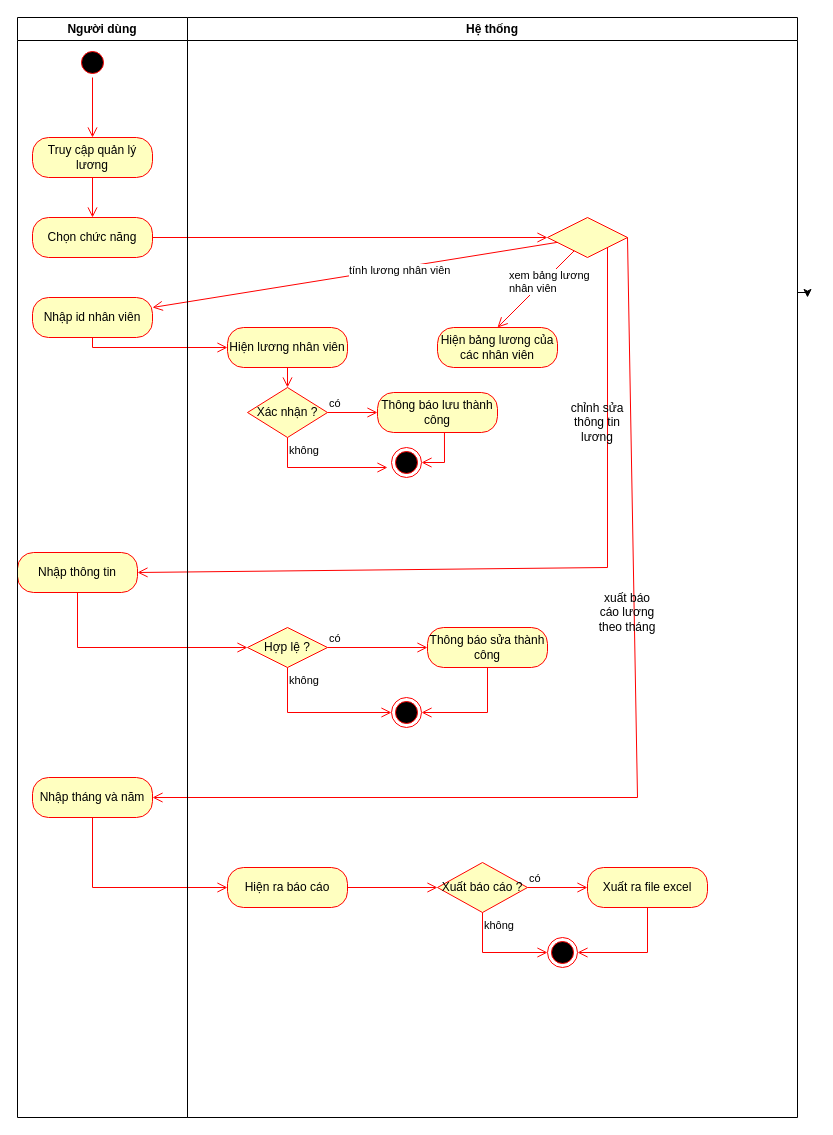
Before: QuanLyLuong_ACD.drawio in hoangda24312/Group4-DesigningSystem, a draw.io diagram. Source tidied: cells renumbered, new cells numbered last; positions are measured from the earlier drawing's top-left corner, leaving out a move shared by most shapes. Both pictures are drawn from the tidied source at 100%, with x=0, y=0 at pixel (17, 17).
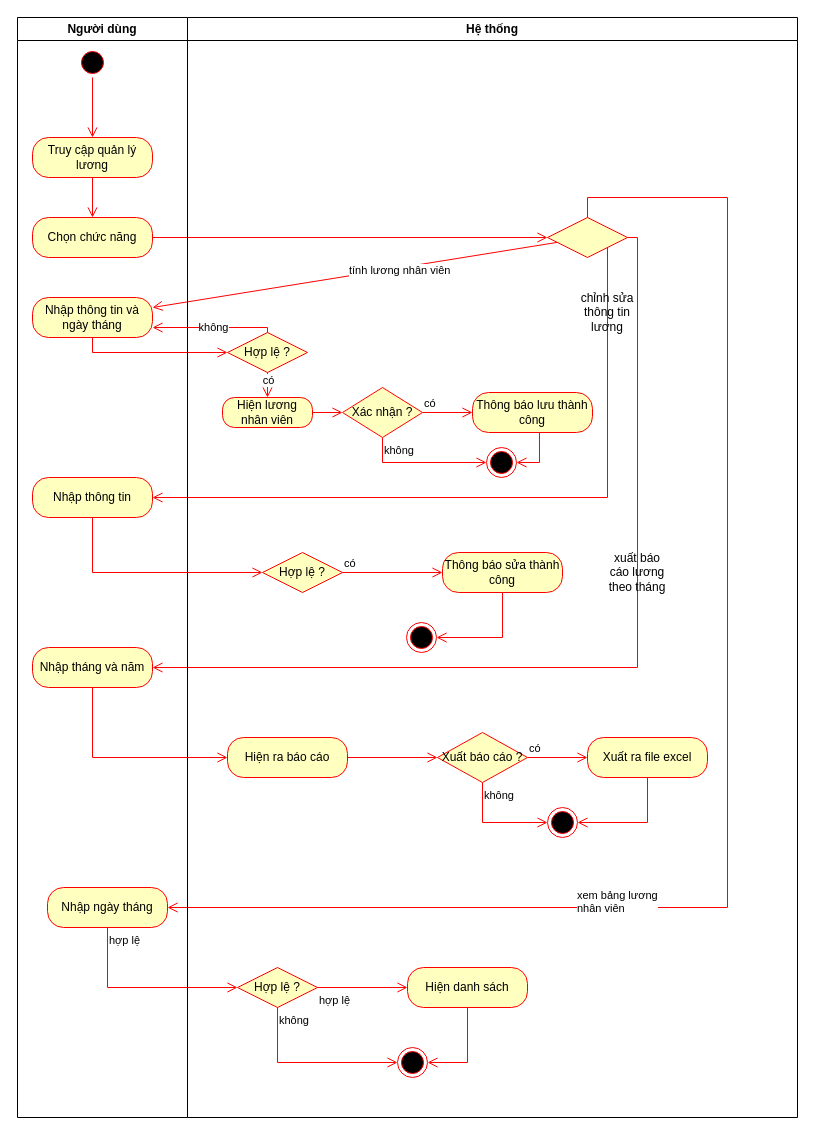
After the change.

Unchanged cells that the change refers to:
```xml
<mxCell id="7" style="rhombus;whiteSpace=wrap;html=1;fontColor=#000000;fillColor=#ffffc0;strokeColor=#ff0000;" parent="1" vertex="1">
  <mxGeometry x="530" y="200" width="80" height="40" as="geometry" />
</mxCell>
```

Diff of the diagram source:
```diff
@@
-    <mxCell id="8" value="xem bảng lương&lt;div&gt;nhân viên&lt;/div&gt;" style="html=1;align=left;verticalAlign=bottom;endArrow=open;endSize=8;strokeColor=#ff0000;rounded=0;entryX=0.5;entryY=0;entryDx=0;entryDy=0;" parent="1" edge="1" source="7" target="21">
-      <mxGeometry x="0.48" y="-14" relative="1" as="geometry" />
+    <mxCell id="8" value="xem bảng lương&lt;div&gt;nhân viên&lt;/div&gt;" style="html=1;align=left;verticalAlign=bottom;endArrow=open;endSize=8;strokeColor=#ff0000;rounded=0;entryX=1;entryY=0.5;entryDx=0;entryDy=0;edgeStyle=orthogonalEdgeStyle;" parent="1" edge="1" source="7" target="21">
+      <mxGeometry x="0.43" y="10" relative="1" as="geometry">
+        <Array as="points">
+          <mxPoint x="570" y="180" />
+          <mxPoint x="710" y="180" />
+          <mxPoint x="710" y="890" />
+        </Array>
+      </mxGeometry>
     </mxCell>
@@
-    <mxCell id="11" value="Nhập id nhân viên" style="rounded=1;whiteSpace=wrap;html=1;arcSize=40;fontColor=#000000;fillColor=#ffffc0;strokeColor=#ff0000;" parent="1" vertex="1">
+    <mxCell id="11" value="Nhập thông tin và ngày tháng" style="rounded=1;whiteSpace=wrap;html=1;arcSize=40;fontColor=#000000;fillColor=#ffffc0;strokeColor=#ff0000;" parent="1" vertex="1">
       <mxGeometry x="15" y="280" width="120" height="40" as="geometry" />
     </mxCell>
-    <mxCell id="12" value="Hiện lương nhân viên" style="rounded=1;whiteSpace=wrap;html=1;arcSize=40;fontColor=#000000;fillColor=#ffffc0;strokeColor=#ff0000;" parent="1" vertex="1">
-      <mxGeometry x="210" y="310" width="120" height="40" as="geometry" />
-    </mxCell>
-    <mxCell id="13" style="html=1;verticalAlign=bottom;endArrow=open;endSize=8;strokeColor=#ff0000;rounded=0;entryX=0;entryY=0.5;entryDx=0;entryDy=0;exitX=0.5;exitY=1;exitDx=0;exitDy=0;edgeStyle=orthogonalEdgeStyle;" parent="1" edge="1" source="11" target="12">
+    <mxCell id="13" style="html=1;verticalAlign=bottom;endArrow=open;endSize=8;strokeColor=#ff0000;rounded=0;entryX=0;entryY=0.5;entryDx=0;entryDy=0;exitX=0.5;exitY=1;exitDx=0;exitDy=0;edgeStyle=orthogonalEdgeStyle;" parent="1" edge="1" source="11" target="52">
       <mxGeometry relative="1" as="geometry" />
     </mxCell>
-    <mxCell id="14" value="Xác nhận ?" style="rhombus;whiteSpace=wrap;html=1;fontColor=#000000;fillColor=#ffffc0;strokeColor=#ff0000;" parent="1" vertex="1">
-      <mxGeometry x="230" y="370" width="80" height="50" as="geometry" />
-    </mxCell>
-    <mxCell id="15" value="có" style="html=1;align=left;verticalAlign=bottom;endArrow=open;endSize=8;strokeColor=#ff0000;rounded=0;entryX=0;entryY=0.5;entryDx=0;entryDy=0;" parent="1" edge="1" source="14" target="18">
-      <mxGeometry x="-1" relative="1" as="geometry" />
-    </mxCell>
-    <mxCell id="16" value="không" style="html=1;align=left;verticalAlign=top;endArrow=open;endSize=8;strokeColor=#ff0000;rounded=0;" parent="1" edge="1" source="14">
-      <mxGeometry x="-1" relative="1" as="geometry">
-        <mxPoint x="370" y="450" as="targetPoint" />
-        <Array as="points">
-          <mxPoint x="270" y="450" />
-        </Array>
-      </mxGeometry>
-    </mxCell>
-    <mxCell id="17" style="html=1;verticalAlign=bottom;endArrow=open;endSize=8;strokeColor=#ff0000;rounded=0;entryX=0.5;entryY=0;entryDx=0;entryDy=0;exitX=0.5;exitY=1;exitDx=0;exitDy=0;" parent="1" edge="1" source="12" target="14">
-      <mxGeometry relative="1" as="geometry" />
-    </mxCell>
-    <mxCell id="18" value="Thông báo lưu thành công" style="rounded=1;whiteSpace=wrap;html=1;arcSize=40;fontColor=#000000;fillColor=#ffffc0;strokeColor=#ff0000;" parent="1" vertex="1">
-      <mxGeometry x="360" y="375" width="120" height="40" as="geometry" />
-    </mxCell>
-    <mxCell id="19" style="ellipse;html=1;shape=endState;fillColor=#000000;strokeColor=#ff0000;" parent="1" vertex="1">
-      <mxGeometry x="374" y="430" width="30" height="30" as="geometry" />
-    </mxCell>
-    <mxCell id="20" style="html=1;verticalAlign=bottom;endArrow=open;endSize=8;strokeColor=#ff0000;rounded=0;entryX=1;entryY=0.5;entryDx=0;entryDy=0;exitX=0.558;exitY=1;exitDx=0;exitDy=0;exitPerimeter=0;edgeStyle=orthogonalEdgeStyle;" parent="1" edge="1" source="18" target="19">
-      <mxGeometry relative="1" as="geometry" />
-    </mxCell>
+    <mxCell id="23" style="html=1;verticalAlign=bottom;endArrow=open;endSize=8;strokeColor=#ff0000;rounded=0;entryX=1;entryY=0.5;entryDx=0;entryDy=0;exitX=1;exitY=1;exitDx=0;exitDy=0;edgeStyle=orthogonalEdgeStyle;" parent="1" edge="1" source="7" target="22">
+      <mxGeometry relative="1" as="geometry">
+        <Array as="points">
+          <mxPoint x="590" y="480" />
+        </Array>
+      </mxGeometry>
+    </mxCell>
+    <mxCell id="33" style="html=1;verticalAlign=bottom;endArrow=open;endSize=8;strokeColor=#ff0000;rounded=0;entryX=1;entryY=0.5;entryDx=0;entryDy=0;exitX=1;exitY=0.5;exitDx=0;exitDy=0;edgeStyle=orthogonalEdgeStyle;" parent="1" edge="1" source="7" target="32">
+      <mxGeometry relative="1" as="geometry" />
+    </mxCell>
+    <mxCell id="44" value="Người dùng" style="swimlane;whiteSpace=wrap;html=1;" parent="1" vertex="1">
+      <mxGeometry width="170" height="1100" as="geometry" />
+    </mxCell>
-    <mxCell id="21" value="Hiện bảng lương của các nhân viên" style="rounded=1;whiteSpace=wrap;html=1;arcSize=40;fontColor=#000000;fillColor=#ffffc0;strokeColor=#ff0000;" parent="1" vertex="1">
-      <mxGeometry x="420" y="310" width="120" height="40" as="geometry" />
+    <mxCell id="21" value="Nhập ngày tháng" style="rounded=1;whiteSpace=wrap;html=1;arcSize=40;fontColor=#000000;fillColor=#ffffc0;strokeColor=#ff0000;" parent="44" vertex="1">
+      <mxGeometry x="30" y="870" width="120" height="40" as="geometry" />
     </mxCell>
+    <mxCell id="46" value="Hệ thống" style="swimlane;whiteSpace=wrap;html=1;" parent="1" vertex="1">
+      <mxGeometry x="170" width="610" height="1100" as="geometry" />
+    </mxCell>
-    <mxCell id="22" value="Nhập thông tin" style="rounded=1;whiteSpace=wrap;html=1;arcSize=40;fontColor=#000000;fillColor=#ffffc0;strokeColor=#ff0000;" parent="1" vertex="1">
-      <mxGeometry y="535" width="120" height="40" as="geometry" />
+    <mxCell id="22" value="Nhập thông tin" style="rounded=1;whiteSpace=wrap;html=1;arcSize=40;fontColor=#000000;fillColor=#ffffc0;strokeColor=#ff0000;" parent="46" vertex="1">
+      <mxGeometry x="-155" y="460" width="120" height="40" as="geometry" />
     </mxCell>
-    <mxCell id="23" style="html=1;verticalAlign=bottom;endArrow=open;endSize=8;strokeColor=#ff0000;rounded=0;entryX=1;entryY=0.5;entryDx=0;entryDy=0;exitX=1;exitY=1;exitDx=0;exitDy=0;" parent="1" edge="1" source="7" target="22">
-      <mxGeometry relative="1" as="geometry">
-        <Array as="points">
-          <mxPoint x="590" y="550" />
-        </Array>
-      </mxGeometry>
-    </mxCell>
-    <mxCell id="24" value="chỉnh sửa thông tin lương" style="text;html=1;whiteSpace=wrap;strokeColor=none;fillColor=none;align=center;verticalAlign=middle;rounded=0;" parent="1" vertex="1">
-      <mxGeometry x="550" y="390" width="60" height="30" as="geometry" />
-    </mxCell>
-    <mxCell id="25" value="Hợp lệ ?" style="rhombus;whiteSpace=wrap;html=1;fontColor=#000000;fillColor=#ffffc0;strokeColor=#ff0000;" parent="1" vertex="1">
-      <mxGeometry x="230" y="610" width="80" height="40" as="geometry" />
+    <mxCell id="25" value="Hợp lệ ?" style="rhombus;whiteSpace=wrap;html=1;fontColor=#000000;fillColor=#ffffc0;strokeColor=#ff0000;" parent="46" vertex="1">
+      <mxGeometry x="75" y="535" width="80" height="40" as="geometry" />
     </mxCell>
-    <mxCell id="26" value="có" style="edgeStyle=orthogonalEdgeStyle;html=1;align=left;verticalAlign=bottom;endArrow=open;endSize=8;strokeColor=#ff0000;rounded=0;entryX=0;entryY=0.5;entryDx=0;entryDy=0;" parent="1" edge="1" source="25" target="29">
+    <mxCell id="26" value="có" style="edgeStyle=orthogonalEdgeStyle;html=1;align=left;verticalAlign=bottom;endArrow=open;endSize=8;strokeColor=#ff0000;rounded=0;entryX=0;entryY=0.5;entryDx=0;entryDy=0;" parent="46" edge="1" source="25" target="29">
       <mxGeometry x="-1" relative="1" as="geometry" />
     </mxCell>
-    <mxCell id="27" value="không" style="edgeStyle=orthogonalEdgeStyle;html=1;align=left;verticalAlign=top;endArrow=open;endSize=8;strokeColor=#ff0000;rounded=0;entryX=0;entryY=0.5;entryDx=0;entryDy=0;" parent="1" edge="1" source="25" target="30">
-      <mxGeometry x="-1" relative="1" as="geometry">
-        <Array as="points">
-          <mxPoint x="270" y="695" />
-        </Array>
-      </mxGeometry>
-    </mxCell>
-    <mxCell id="28" style="html=1;verticalAlign=bottom;endArrow=open;endSize=8;strokeColor=#ff0000;rounded=0;entryX=0;entryY=0.5;entryDx=0;entryDy=0;exitX=0.5;exitY=1;exitDx=0;exitDy=0;" parent="1" edge="1" source="22" target="25">
+    <mxCell id="28" style="html=1;verticalAlign=bottom;endArrow=open;endSize=8;strokeColor=#ff0000;rounded=0;entryX=0;entryY=0.5;entryDx=0;entryDy=0;exitX=0.5;exitY=1;exitDx=0;exitDy=0;" parent="46" edge="1" source="22" target="25">
       <mxGeometry relative="1" as="geometry">
         <Array as="points">
-          <mxPoint x="60" y="630" />
+          <mxPoint x="-95" y="555" />
         </Array>
       </mxGeometry>
     </mxCell>
-    <mxCell id="29" value="Thông báo sửa thành công" style="rounded=1;whiteSpace=wrap;html=1;arcSize=40;fontColor=#000000;fillColor=#ffffc0;strokeColor=#ff0000;" parent="1" vertex="1">
-      <mxGeometry x="410" y="610" width="120" height="40" as="geometry" />
+    <mxCell id="29" value="Thông báo sửa thành công" style="rounded=1;whiteSpace=wrap;html=1;arcSize=40;fontColor=#000000;fillColor=#ffffc0;strokeColor=#ff0000;" parent="46" vertex="1">
+      <mxGeometry x="255" y="535" width="120" height="40" as="geometry" />
     </mxCell>
-    <mxCell id="30" style="ellipse;html=1;shape=endState;fillColor=#000000;strokeColor=#ff0000;" parent="1" vertex="1">
-      <mxGeometry x="374" y="680" width="30" height="30" as="geometry" />
+    <mxCell id="30" style="ellipse;html=1;shape=endState;fillColor=#000000;strokeColor=#ff0000;" parent="46" vertex="1">
+      <mxGeometry x="219" y="605" width="30" height="30" as="geometry" />
     </mxCell>
-    <mxCell id="31" style="html=1;verticalAlign=bottom;endArrow=open;endSize=8;strokeColor=#ff0000;rounded=0;exitX=0.5;exitY=1;exitDx=0;exitDy=0;entryX=1;entryY=0.5;entryDx=0;entryDy=0;edgeStyle=orthogonalEdgeStyle;" parent="1" edge="1" source="29" target="30">
+    <mxCell id="31" style="html=1;verticalAlign=bottom;endArrow=open;endSize=8;strokeColor=#ff0000;rounded=0;exitX=0.5;exitY=1;exitDx=0;exitDy=0;entryX=1;entryY=0.5;entryDx=0;entryDy=0;edgeStyle=orthogonalEdgeStyle;" parent="46" edge="1" source="29" target="30">
       <mxGeometry relative="1" as="geometry" />
     </mxCell>
-    <mxCell id="32" value="Nhập tháng và năm" style="rounded=1;whiteSpace=wrap;html=1;arcSize=40;fontColor=#000000;fillColor=#ffffc0;strokeColor=#ff0000;" parent="1" vertex="1">
-      <mxGeometry x="15" y="760" width="120" height="40" as="geometry" />
+    <mxCell id="32" value="Nhập tháng và năm" style="rounded=1;whiteSpace=wrap;html=1;arcSize=40;fontColor=#000000;fillColor=#ffffc0;strokeColor=#ff0000;" parent="46" vertex="1">
+      <mxGeometry x="-155" y="630" width="120" height="40" as="geometry" />
     </mxCell>
-    <mxCell id="33" style="html=1;verticalAlign=bottom;endArrow=open;endSize=8;strokeColor=#ff0000;rounded=0;entryX=1;entryY=0.5;entryDx=0;entryDy=0;exitX=1;exitY=0.5;exitDx=0;exitDy=0;" parent="1" edge="1" source="7" target="32">
-      <mxGeometry relative="1" as="geometry">
-        <Array as="points">
-          <mxPoint x="620" y="780" />
-        </Array>
-      </mxGeometry>
-    </mxCell>
-    <mxCell id="34" value="xuất báo cáo lương theo tháng" style="text;html=1;whiteSpace=wrap;strokeColor=none;fillColor=none;align=center;verticalAlign=middle;rounded=0;" parent="1" vertex="1">
-      <mxGeometry x="580" y="580" width="60" height="30" as="geometry" />
-    </mxCell>
-    <mxCell id="35" value="Hiện ra báo cáo" style="rounded=1;whiteSpace=wrap;html=1;arcSize=40;fontColor=#000000;fillColor=#ffffc0;strokeColor=#ff0000;" parent="1" vertex="1">
-      <mxGeometry x="210" y="850" width="120" height="40" as="geometry" />
+    <mxCell id="35" value="Hiện ra báo cáo" style="rounded=1;whiteSpace=wrap;html=1;arcSize=40;fontColor=#000000;fillColor=#ffffc0;strokeColor=#ff0000;" parent="46" vertex="1">
+      <mxGeometry x="40" y="720" width="120" height="40" as="geometry" />
     </mxCell>
-    <mxCell id="36" style="html=1;verticalAlign=bottom;endArrow=open;endSize=8;strokeColor=#ff0000;rounded=0;entryX=0;entryY=0.5;entryDx=0;entryDy=0;exitX=0.5;exitY=1;exitDx=0;exitDy=0;" parent="1" edge="1" source="32" target="35">
+    <mxCell id="36" style="html=1;verticalAlign=bottom;endArrow=open;endSize=8;strokeColor=#ff0000;rounded=0;entryX=0;entryY=0.5;entryDx=0;entryDy=0;exitX=0.5;exitY=1;exitDx=0;exitDy=0;" parent="46" edge="1" source="32" target="35">
       <mxGeometry relative="1" as="geometry">
         <Array as="points">
-          <mxPoint x="75" y="870" />
+          <mxPoint x="-95" y="740" />
         </Array>
       </mxGeometry>
     </mxCell>
-    <mxCell id="37" value="Xuất báo cáo ?" style="rhombus;whiteSpace=wrap;html=1;fontColor=#000000;fillColor=#ffffc0;strokeColor=#ff0000;" parent="1" vertex="1">
-      <mxGeometry x="420" y="845" width="90" height="50" as="geometry" />
+    <mxCell id="37" value="Xuất báo cáo ?" style="rhombus;whiteSpace=wrap;html=1;fontColor=#000000;fillColor=#ffffc0;strokeColor=#ff0000;" parent="46" vertex="1">
+      <mxGeometry x="250" y="715" width="90" height="50" as="geometry" />
     </mxCell>
-    <mxCell id="38" value="có" style="html=1;align=left;verticalAlign=bottom;endArrow=open;endSize=8;strokeColor=#ff0000;rounded=0;entryX=0;entryY=0.5;entryDx=0;entryDy=0;" parent="1" edge="1" source="37" target="41">
+    <mxCell id="38" value="có" style="html=1;align=left;verticalAlign=bottom;endArrow=open;endSize=8;strokeColor=#ff0000;rounded=0;entryX=0;entryY=0.5;entryDx=0;entryDy=0;" parent="46" edge="1" source="37" target="41">
       <mxGeometry x="-1" relative="1" as="geometry" />
     </mxCell>
-    <mxCell id="39" value="không" style="html=1;align=left;verticalAlign=top;endArrow=open;endSize=8;strokeColor=#ff0000;rounded=0;entryX=0;entryY=0.5;entryDx=0;entryDy=0;edgeStyle=orthogonalEdgeStyle;" parent="1" edge="1" source="37" target="42">
+    <mxCell id="39" value="không" style="html=1;align=left;verticalAlign=top;endArrow=open;endSize=8;strokeColor=#ff0000;rounded=0;entryX=0;entryY=0.5;entryDx=0;entryDy=0;edgeStyle=orthogonalEdgeStyle;" parent="46" edge="1" source="37" target="42">
       <mxGeometry x="-1" relative="1" as="geometry">
         <Array as="points">
-          <mxPoint x="465" y="935" />
+          <mxPoint x="295" y="805" />
         </Array>
       </mxGeometry>
     </mxCell>
-    <mxCell id="40" style="html=1;verticalAlign=bottom;endArrow=open;endSize=8;strokeColor=#ff0000;rounded=0;entryX=0;entryY=0.5;entryDx=0;entryDy=0;exitX=1;exitY=0.5;exitDx=0;exitDy=0;" parent="1" edge="1" source="35" target="37">
+    <mxCell id="40" style="html=1;verticalAlign=bottom;endArrow=open;endSize=8;strokeColor=#ff0000;rounded=0;entryX=0;entryY=0.5;entryDx=0;entryDy=0;exitX=1;exitY=0.5;exitDx=0;exitDy=0;" parent="46" edge="1" source="35" target="37">
       <mxGeometry relative="1" as="geometry" />
     </mxCell>
-    <mxCell id="41" value="Xuất ra file excel" style="rounded=1;whiteSpace=wrap;html=1;arcSize=40;fontColor=#000000;fillColor=#ffffc0;strokeColor=#ff0000;" parent="1" vertex="1">
-      <mxGeometry x="570" y="850" width="120" height="40" as="geometry" />
+    <mxCell id="41" value="Xuất ra file excel" style="rounded=1;whiteSpace=wrap;html=1;arcSize=40;fontColor=#000000;fillColor=#ffffc0;strokeColor=#ff0000;" parent="46" vertex="1">
+      <mxGeometry x="400" y="720" width="120" height="40" as="geometry" />
     </mxCell>
-    <mxCell id="42" style="ellipse;html=1;shape=endState;fillColor=#000000;strokeColor=#ff0000;" parent="1" vertex="1">
-      <mxGeometry x="530" y="920" width="30" height="30" as="geometry" />
+    <mxCell id="42" style="ellipse;html=1;shape=endState;fillColor=#000000;strokeColor=#ff0000;" parent="46" vertex="1">
+      <mxGeometry x="360" y="790" width="30" height="30" as="geometry" />
     </mxCell>
-    <mxCell id="43" style="html=1;verticalAlign=bottom;endArrow=open;endSize=8;strokeColor=#ff0000;rounded=0;exitX=0.5;exitY=1;exitDx=0;exitDy=0;entryX=1;entryY=0.5;entryDx=0;entryDy=0;" parent="1" edge="1" source="41" target="42">
+    <mxCell id="43" style="html=1;verticalAlign=bottom;endArrow=open;endSize=8;strokeColor=#ff0000;rounded=0;exitX=0.5;exitY=1;exitDx=0;exitDy=0;entryX=1;entryY=0.5;entryDx=0;entryDy=0;" parent="46" edge="1" source="41" target="42">
       <mxGeometry relative="1" as="geometry">
         <Array as="points">
-          <mxPoint x="630" y="935" />
+          <mxPoint x="460" y="805" />
         </Array>
       </mxGeometry>
     </mxCell>
-    <mxCell id="44" value="Người dùng" style="swimlane;whiteSpace=wrap;html=1;" parent="1" vertex="1">
-      <mxGeometry width="170" height="1100" as="geometry" />
-    </mxCell>
-    <mxCell id="45" style="edgeStyle=orthogonalEdgeStyle;rounded=0;jettySize=auto;html=1;exitX=1;exitY=0.25;exitDx=0;exitDy=0;" parent="1" edge="1" source="46">
-      <mxGeometry relative="1" as="geometry">
-        <mxPoint x="790" y="280" as="targetPoint" />
-      </mxGeometry>
-    </mxCell>
-    <mxCell id="46" value="Hệ thống" style="swimlane;whiteSpace=wrap;html=1;" parent="1" vertex="1">
-      <mxGeometry x="170" width="610" height="1100" as="geometry" />
-    </mxCell>
+    <mxCell id="34" value="xuất báo cáo lương theo tháng" style="text;html=1;whiteSpace=wrap;strokeColor=none;fillColor=none;align=center;verticalAlign=middle;rounded=0;" parent="46" vertex="1">
+      <mxGeometry x="420" y="540" width="60" height="30" as="geometry" />
+    </mxCell>
+    <mxCell id="47" style="ellipse;html=1;shape=endState;fillColor=#000000;strokeColor=#ff0000;" parent="46" vertex="1">
+      <mxGeometry x="210" y="1030" width="30" height="30" as="geometry" />
+    </mxCell>
+    <mxCell id="48" value="Hiện danh sách" style="rounded=1;whiteSpace=wrap;html=1;arcSize=40;fontColor=#000000;fillColor=#ffffc0;strokeColor=#ff0000;" parent="46" vertex="1">
+      <mxGeometry x="220" y="950" width="120" height="40" as="geometry" />
+    </mxCell>
+    <mxCell id="49" value="Hợp lệ ?" style="rhombus;whiteSpace=wrap;html=1;fontColor=#000000;fillColor=#ffffc0;strokeColor=#ff0000;" parent="46" vertex="1">
+      <mxGeometry x="50" y="950" width="80" height="40" as="geometry" />
+    </mxCell>
+    <mxCell id="27" value="không" style="html=1;align=left;verticalAlign=top;endArrow=open;endSize=8;strokeColor=#ff0000;rounded=0;entryX=0;entryY=0.5;entryDx=0;entryDy=0;exitX=0.5;exitY=1;exitDx=0;exitDy=0;edgeStyle=orthogonalEdgeStyle;" parent="46" edge="1" source="49" target="47">
+      <mxGeometry x="-1" relative="1" as="geometry" />
+    </mxCell>
+    <mxCell id="50" value="hợp lệ" style="html=1;align=left;verticalAlign=top;endArrow=open;endSize=8;strokeColor=#ff0000;rounded=0;entryX=0;entryY=0.5;entryDx=0;entryDy=0;exitX=1;exitY=0.5;exitDx=0;exitDy=0;" parent="46" edge="1" source="49" target="48">
+      <mxGeometry x="-1" relative="1" as="geometry" />
+    </mxCell>
+    <mxCell id="51" style="html=1;align=left;verticalAlign=top;endArrow=open;endSize=8;strokeColor=#ff0000;rounded=0;entryX=1;entryY=0.5;entryDx=0;entryDy=0;exitX=0.5;exitY=1;exitDx=0;exitDy=0;edgeStyle=orthogonalEdgeStyle;" parent="46" edge="1" source="48" target="47">
+      <mxGeometry x="-1" relative="1" as="geometry" />
+    </mxCell>
+    <mxCell id="14" value="Xác nhận ?" style="rhombus;whiteSpace=wrap;html=1;fontColor=#000000;fillColor=#ffffc0;strokeColor=#ff0000;" parent="46" vertex="1">
+      <mxGeometry x="155" y="370" width="80" height="50" as="geometry" />
+    </mxCell>
+    <mxCell id="15" value="có" style="html=1;align=left;verticalAlign=bottom;endArrow=open;endSize=8;strokeColor=#ff0000;rounded=0;entryX=0;entryY=0.5;entryDx=0;entryDy=0;" parent="46" edge="1" source="14" target="18">
+      <mxGeometry x="-1" relative="1" as="geometry" />
+    </mxCell>
+    <mxCell id="16" value="không" style="html=1;align=left;verticalAlign=top;endArrow=open;endSize=8;strokeColor=#ff0000;rounded=0;entryX=0;entryY=0.5;entryDx=0;entryDy=0;edgeStyle=orthogonalEdgeStyle;" parent="46" edge="1" source="14" target="19">
+      <mxGeometry x="-1" relative="1" as="geometry">
+        <Array as="points">
+          <mxPoint x="195" y="445" />
+        </Array>
+      </mxGeometry>
+    </mxCell>
+    <mxCell id="18" value="Thông báo lưu thành công" style="rounded=1;whiteSpace=wrap;html=1;arcSize=40;fontColor=#000000;fillColor=#ffffc0;strokeColor=#ff0000;" parent="46" vertex="1">
+      <mxGeometry x="285" y="375" width="120" height="40" as="geometry" />
+    </mxCell>
+    <mxCell id="19" style="ellipse;html=1;shape=endState;fillColor=#000000;strokeColor=#ff0000;" parent="46" vertex="1">
+      <mxGeometry x="299" y="430" width="30" height="30" as="geometry" />
+    </mxCell>
+    <mxCell id="20" style="html=1;verticalAlign=bottom;endArrow=open;endSize=8;strokeColor=#ff0000;rounded=0;entryX=1;entryY=0.5;entryDx=0;entryDy=0;exitX=0.558;exitY=1;exitDx=0;exitDy=0;exitPerimeter=0;edgeStyle=orthogonalEdgeStyle;" parent="46" edge="1" source="18" target="19">
+      <mxGeometry relative="1" as="geometry" />
+    </mxCell>
+    <mxCell id="24" value="chỉnh sửa thông tin lương" style="text;html=1;whiteSpace=wrap;strokeColor=none;fillColor=none;align=center;verticalAlign=middle;rounded=0;" parent="46" vertex="1">
+      <mxGeometry x="390" y="280" width="60" height="30" as="geometry" />
+    </mxCell>
+    <mxCell id="12" value="Hiện lương nhân viên" style="rounded=1;whiteSpace=wrap;html=1;arcSize=40;fontColor=#000000;fillColor=#ffffc0;strokeColor=#ff0000;" parent="46" vertex="1">
+      <mxGeometry x="35" y="380" width="90" height="30" as="geometry" />
+    </mxCell>
+    <mxCell id="52" value="Hợp lệ ?" style="rhombus;whiteSpace=wrap;html=1;fontColor=#000000;fillColor=#ffffc0;strokeColor=#ff0000;" parent="46" vertex="1">
+      <mxGeometry x="40" y="315" width="80" height="40" as="geometry" />
+    </mxCell>
+    <mxCell id="53" style="html=1;align=left;verticalAlign=bottom;endArrow=open;endSize=8;strokeColor=#ff0000;rounded=0;entryX=0.5;entryY=0;entryDx=0;entryDy=0;exitX=0.5;exitY=1;exitDx=0;exitDy=0;" parent="46" edge="1" source="52" target="12">
+      <mxGeometry x="-1" relative="1" as="geometry" />
+    </mxCell>
+    <mxCell id="54" value="có" style="edgeLabel;html=1;align=center;verticalAlign=middle;" parent="53" vertex="1">
+      <mxGeometry x="-0.48" y="-1" relative="1" as="geometry">
+        <mxPoint x="1" as="offset" />
+      </mxGeometry>
+    </mxCell>
+    <mxCell id="17" style="html=1;align=left;verticalAlign=bottom;endArrow=open;endSize=8;strokeColor=#ff0000;rounded=0;entryX=0;entryY=0.5;entryDx=0;entryDy=0;exitX=1;exitY=0.5;exitDx=0;exitDy=0;" parent="46" edge="1" source="12" target="14">
+      <mxGeometry x="-1" relative="1" as="geometry" />
+    </mxCell>
+    <mxCell id="55" value="hợp lệ" style="html=1;align=left;verticalAlign=top;endArrow=open;endSize=8;strokeColor=#ff0000;rounded=0;entryX=0;entryY=0.5;entryDx=0;entryDy=0;exitX=0.5;exitY=1;exitDx=0;exitDy=0;edgeStyle=orthogonalEdgeStyle;" parent="1" edge="1" source="21" target="49">
+      <mxGeometry x="-1" relative="1" as="geometry" />
+    </mxCell>
+    <mxCell id="56" style="html=1;verticalAlign=bottom;endArrow=open;endSize=8;strokeColor=#ff0000;rounded=0;entryX=1;entryY=0.75;entryDx=0;entryDy=0;exitX=0.5;exitY=0;exitDx=0;exitDy=0;edgeStyle=orthogonalEdgeStyle;" parent="1" edge="1" source="52" target="11">
+      <mxGeometry relative="1" as="geometry">
+        <Array as="points">
+          <mxPoint x="250" y="310" />
+        </Array>
+      </mxGeometry>
+    </mxCell>
+    <mxCell id="57" value="không" style="edgeLabel;html=1;align=center;verticalAlign=middle;" parent="56" vertex="1">
+      <mxGeometry y="-1" relative="1" as="geometry" />
+    </mxCell>
```
